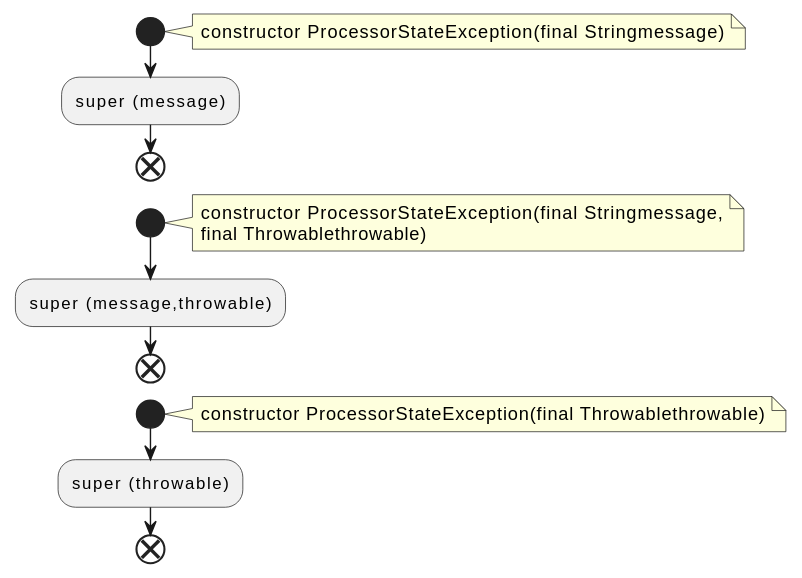
qualitesys/kafka keeps this PlantUML diagram as docs/qc/streams/src/main/java/org/apache/kafka/streams/errors/ProcessorStateException.java.fct.svg. Above is the earlier version.
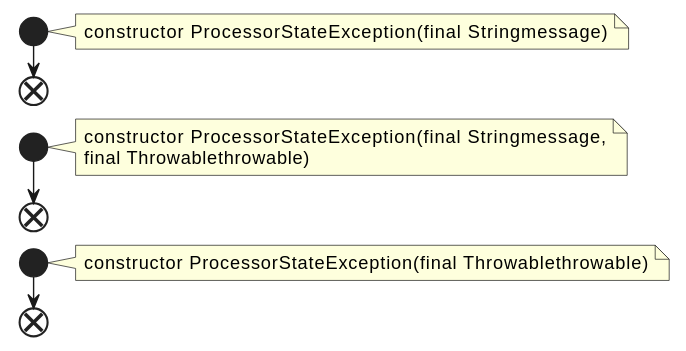
After the change.

The edit, as a diff of the source:
```diff
@@ -4,19 +4,16 @@
 note right
 constructor ProcessorStateException(final Stringmessage)
 end note
-:super (message);
 end
 start
 note right
 constructor ProcessorStateException(final Stringmessage,
 final Throwablethrowable)
 end note
-:super (message,throwable);
 end
 start
 note right
 constructor ProcessorStateException(final Throwablethrowable)
 end note
-:super (throwable);
 end
 @enduml
```
